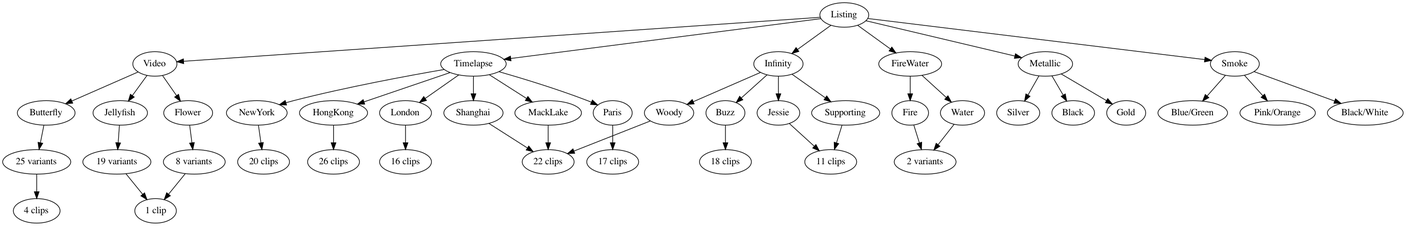
This is docs/Motion.png from leptos-null/Motion, a Graphviz export, as it was before one commit. Its source is kept beside it as docs/Motion.gv.
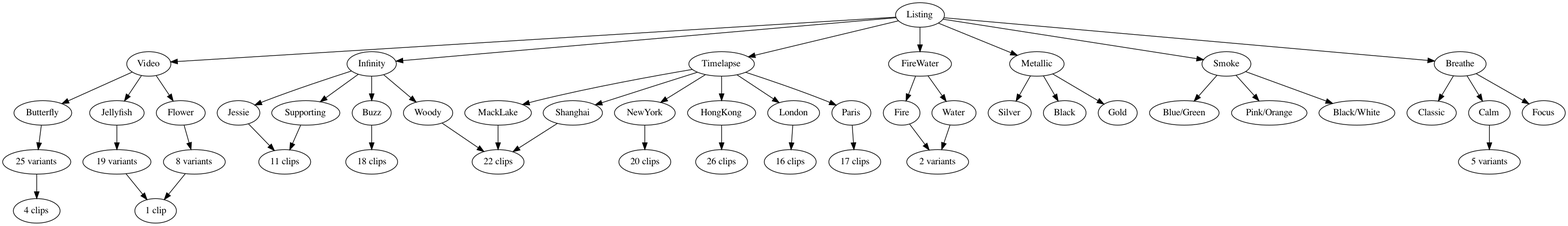
Above is the later version.

Commit message:
[NanoTimeKit] Add Breathe headers and documentation

What changed in the source:
```diff
@@ -1,5 +1,5 @@
 digraph Motion {
-    Listing -> {Video, Timelapse, Infinity, FireWater, Metallic, Smoke}
+    Listing -> {Video, Timelapse, Infinity, FireWater, Metallic, Smoke, Breathe}
         Video -> {Butterfly, Jellyfish, Flower}
             Butterfly -> "25 variants" -> "4 clips"
             Jellyfish -> "19 variants" -> "1 clip"
@@ -21,4 +21,6 @@
             Water -> "2 variants"
         Metallic -> {Silver, Black, Gold}
         Smoke -> {"Blue/Green", "Pink/Orange", "Black/White"}
+        Breathe -> {Classic, Calm, Focus}
+            Calm -> "5 variants"
 }
```
